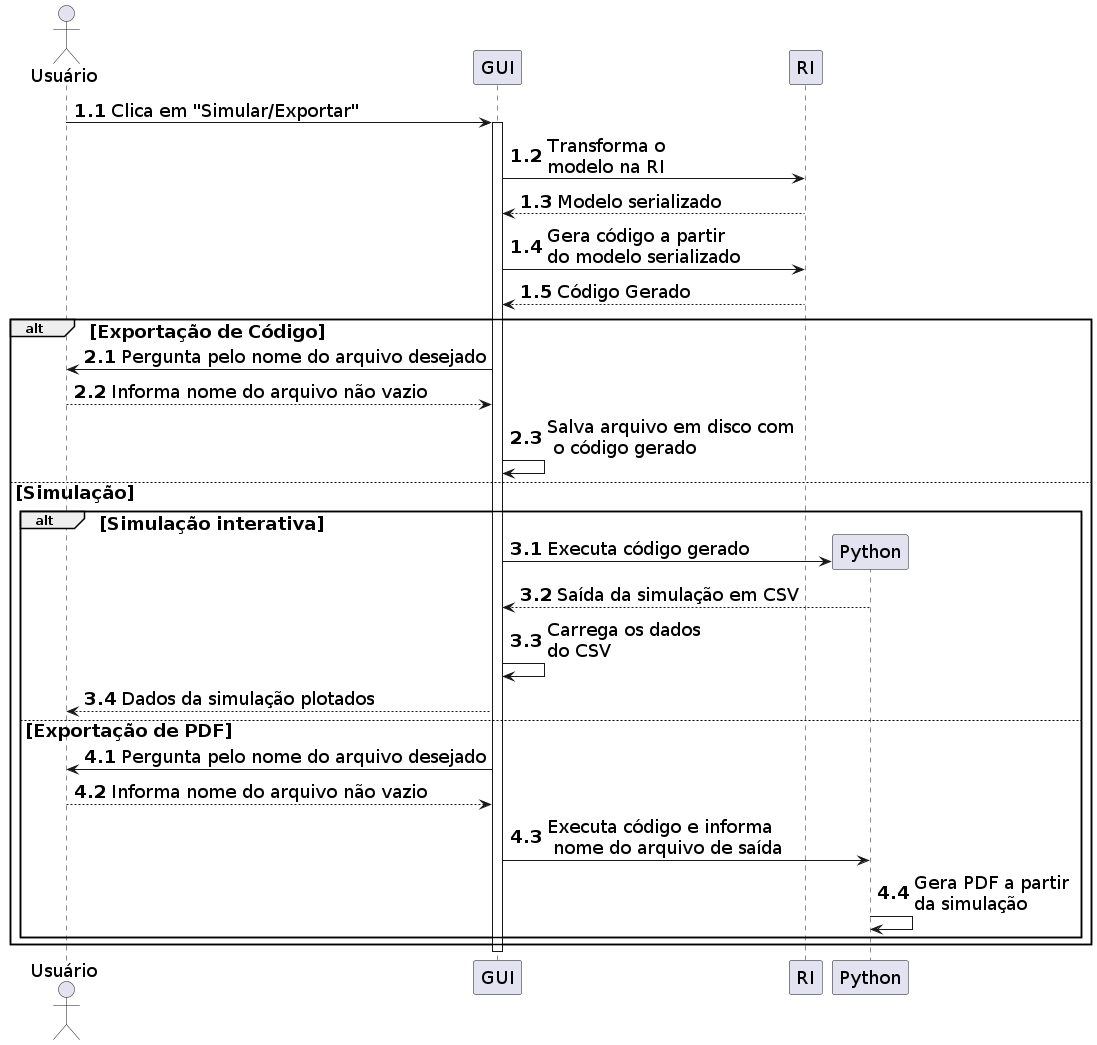
The PlantUML diagram diagrams/img/gui-ri.png in Syndelis/dissertacao-mestrado, before a commit.
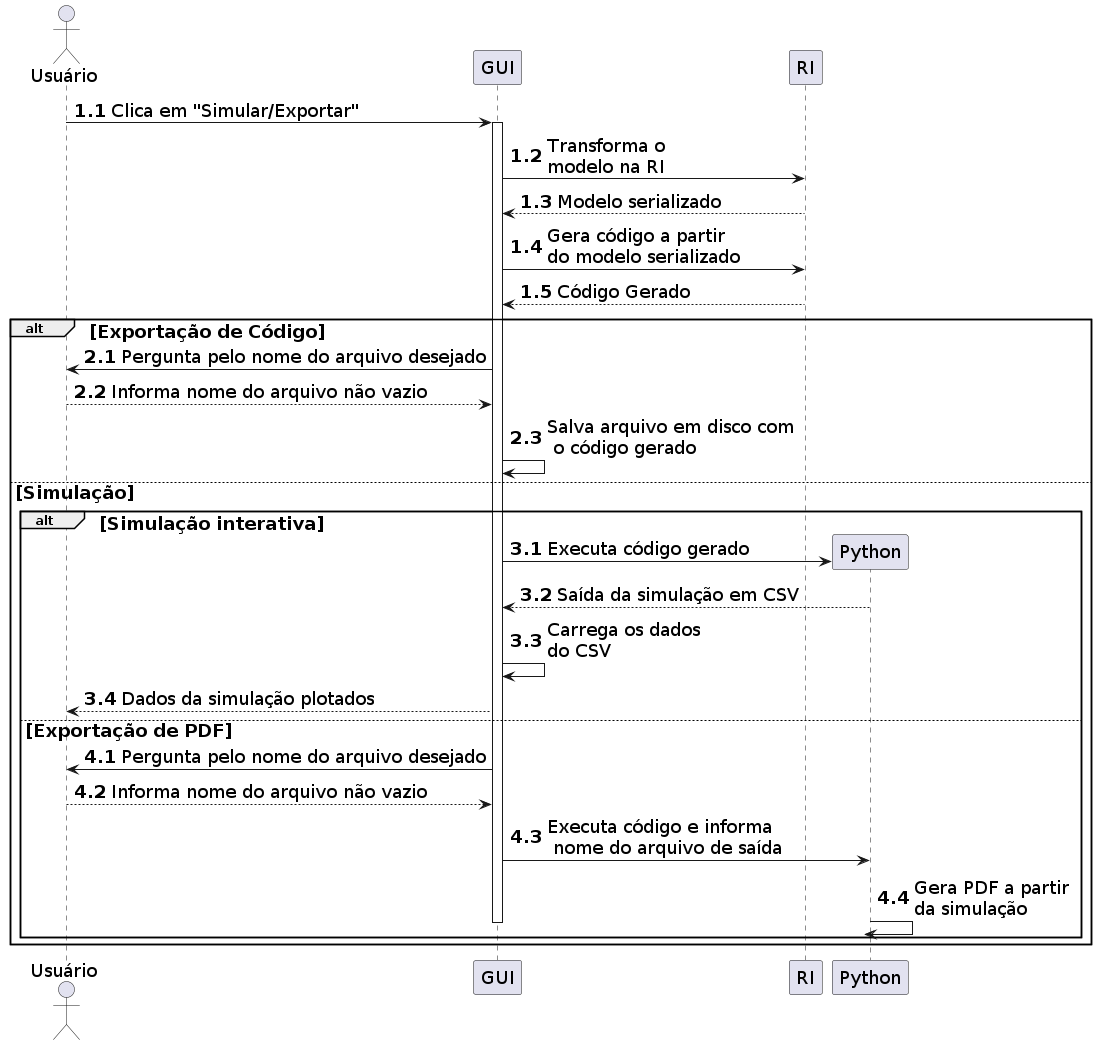
After the change.

What changed in the source:
```diff
@@ -52,10 +52,11 @@
 
         Python -> Python : Gera PDF a partir\nda simulação
 
+        deactivate GUI
+
     end
 
 end
 
-deactivate GUI
 
 @enduml
```
